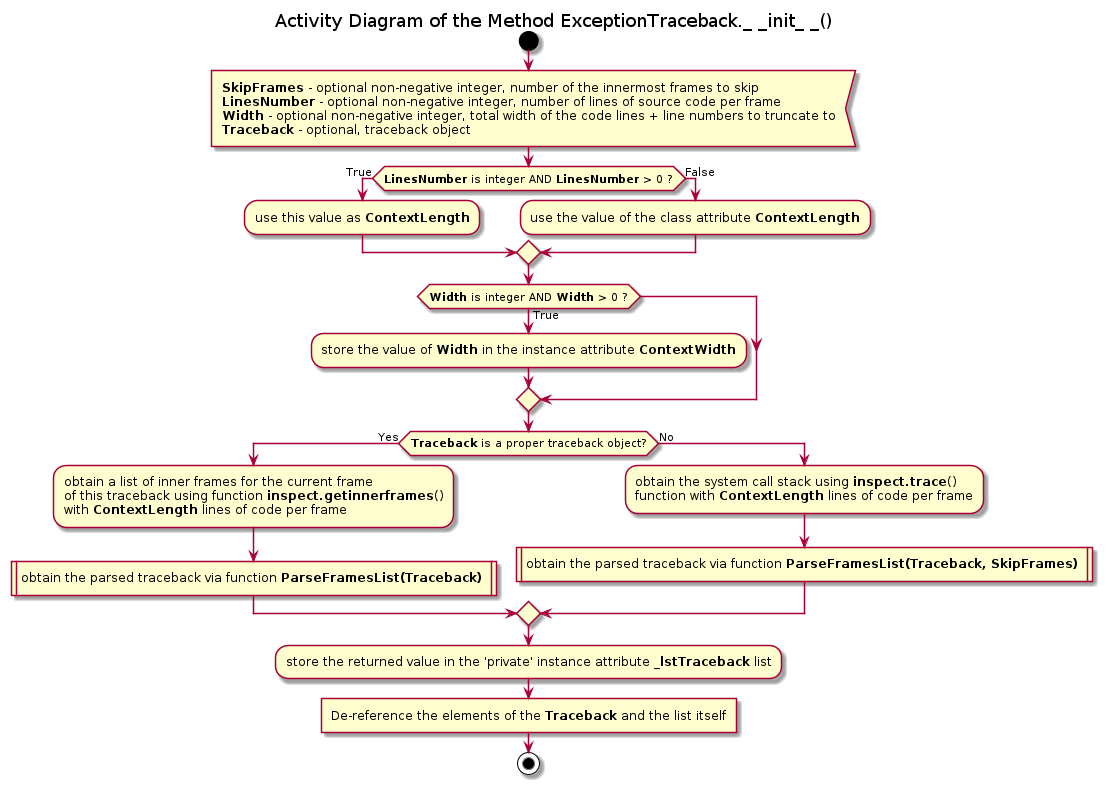
Before: Documentation/UML/traceback/traceback_exceptiontraceback_init.png, a diagram exported from PlantUML (FooBarShebang/introspection_lib).
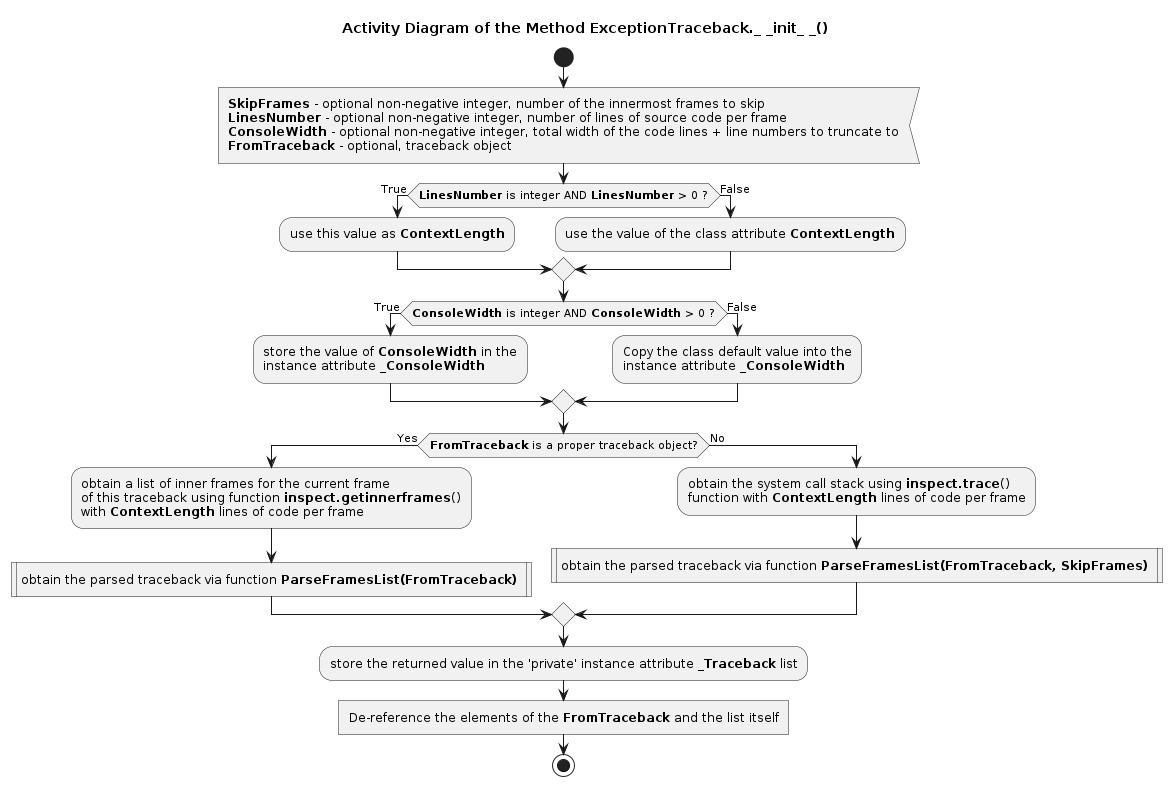
After the change.

Change to the diagram source:
```diff
@@ -6,8 +6,8 @@
 
 :<b>SkipFrames</b> - optional non-negative integer, number of the innermost frames to skip
 <b>LinesNumber</b> - optional non-negative integer, number of lines of source code per frame
-<b>Width</b> - optional non-negative integer, total width of the code lines + line numbers to truncate to
-<b>Traceback</b> - optional, traceback object<
+<b>ConsoleWidth</b> - optional non-negative integer, total width of the code lines + line numbers to truncate to
+<b>FromTraceback</b> - optional, traceback object<
 
 if (<b>LinesNumber</b> is integer AND <b>LinesNumber</b> > 0 ?) then (True)
     :use this value as <b>ContextLength</b>;
@@ -15,23 +15,25 @@
     :use the value of the class attribute <b>ContextLength</b>;
 endif
 
-if (<b>Width</b> is integer AND <b>Width</b> > 0 ?) then (True)
-    :store the value of <b>Width</b> in the instance attribute <b>ContextWidth</b>;
+if (<b>ConsoleWidth</b> is integer AND <b>ConsoleWidth</b> > 0 ?) then (True)
+    :store the value of <b>ConsoleWidth</b> in the\ninstance attribute <b>_ConsoleWidth</b>;
+else (False)
+    :Copy the class default value into the\ninstance attribute <b>_ConsoleWidth</b>;
 endif
 
-if (<b>Traceback</b> is a proper traceback object?) then (Yes)
+if (<b>FromTraceback</b> is a proper traceback object?) then (Yes)
     :obtain a list of inner frames for the current frame\nof this traceback using function <b>inspect.getinnerframes</b>()\nwith <b>ContextLength</b> lines of code per frame;
 
-    :obtain the parsed traceback via function <b>ParseFramesList(Traceback)</b> |
+    :obtain the parsed traceback via function <b>ParseFramesList(FromTraceback)</b> |
 else (No)
     :obtain the system call stack using <b>inspect.trace</b>()\nfunction with <b>ContextLength</b> lines of code per frame;
 
-    :obtain the parsed traceback via function <b>ParseFramesList(Traceback, SkipFrames)</b> |
+    :obtain the parsed traceback via function <b>ParseFramesList(FromTraceback, SkipFrames)</b> |
 endif
 
-:store the returned value in the 'private' instance attribute <b>_lstTraceback</b> list;
+:store the returned value in the 'private' instance attribute <b>_Traceback</b> list;
 
-:De-reference the elements of the <b>Traceback</b> and the list itself]
+:De-reference the elements of the <b>FromTraceback</b> and the list itself]
 
 stop
 
```
